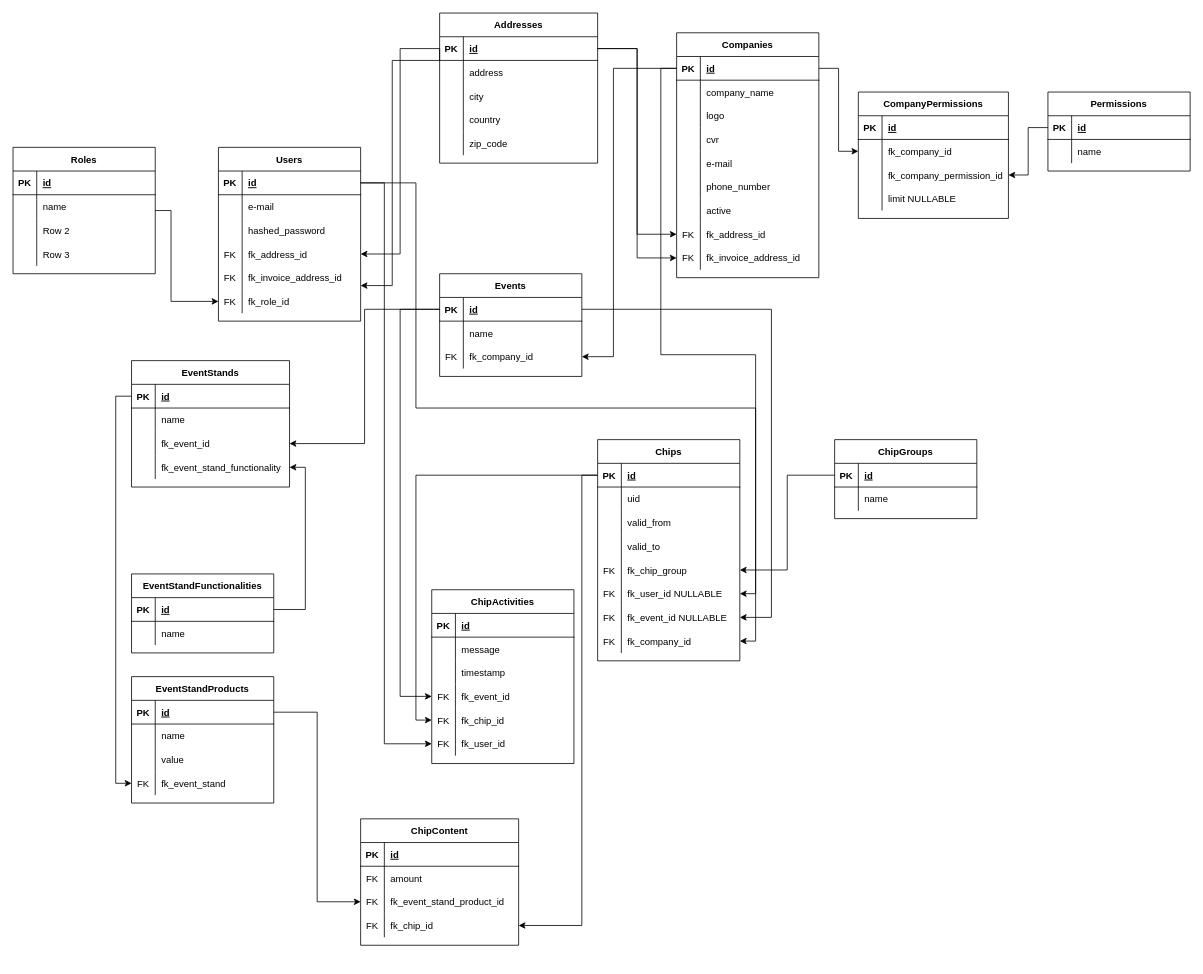
Before: DrawIOFiles/ER-diagram.drawio in Ronnie1983/Idevent, a draw.io diagram. Source tidied: cells renumbered, new cells numbered last; positions are measured from the earlier drawing's top-left corner, leaving out a move shared by most shapes. Both pictures are drawn from the tidied source at 79%, with x=0, y=0 at pixel (13, 13).
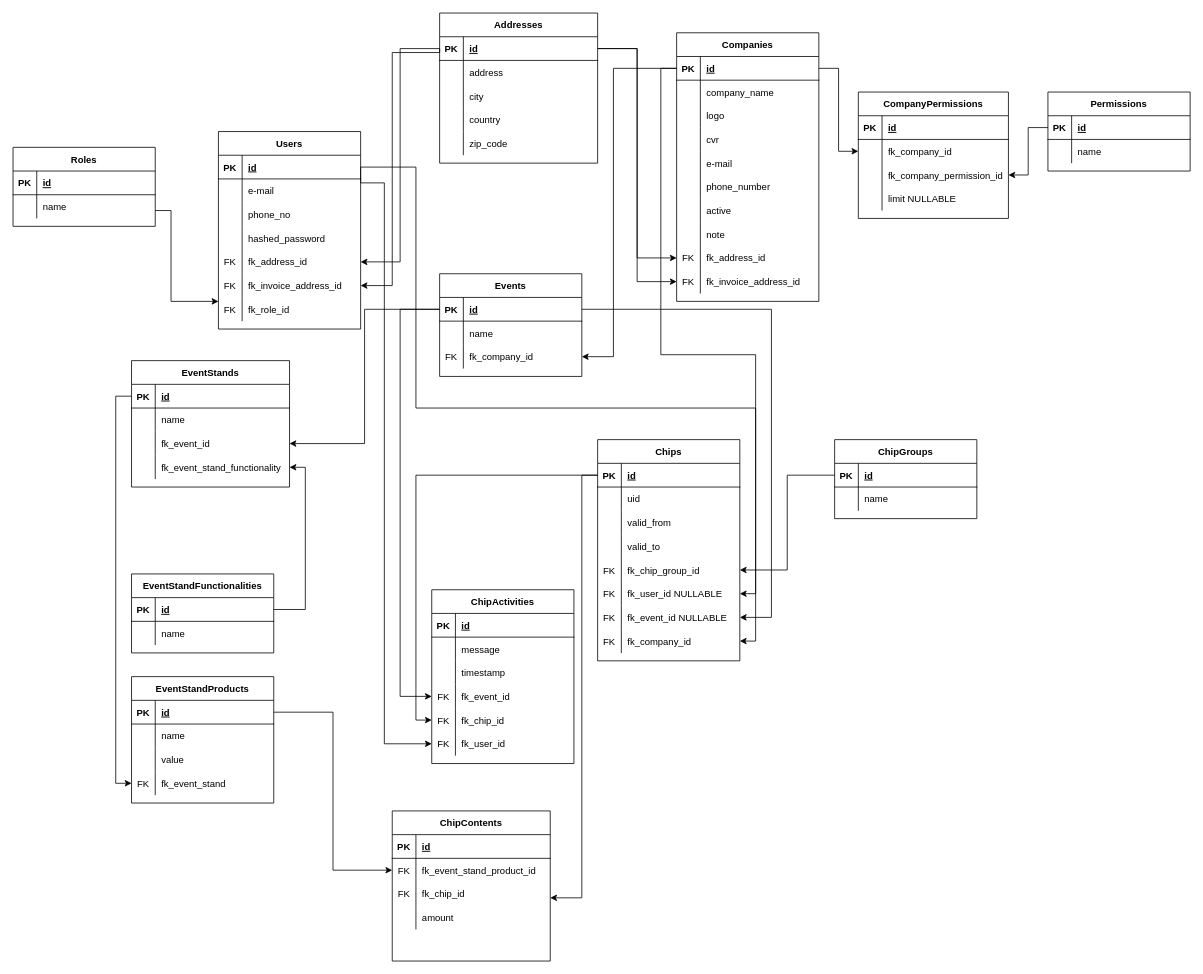
After the change.

The change refers to these unchanged cells:
```xml
<mxCell id="3" style="shape=partialRectangle;fillColor=none;top=0;left=0;bottom=1;right=0;points=[[0,0.5],[1,0.5]];portConstraint=eastwest;" parent="2" vertex="1">
  <mxGeometry y="30" width="180" height="30" as="geometry" />
</mxCell>
<mxCell id="22" style="shape=partialRectangle;fillColor=none;top=0;left=0;bottom=1;right=0;points=[[0,0.5],[1,0.5]];portConstraint=eastwest;" parent="21" vertex="1">
  <mxGeometry y="30" width="180" height="30" as="geometry" />
</mxCell>
<mxCell id="34" style="shape=partialRectangle;fillColor=none;top=0;left=0;bottom=0;right=0;points=[[0,0.5],[1,0.5]];portConstraint=eastwest;" parent="21" vertex="1">
  <mxGeometry y="150" width="180" height="30" as="geometry" />
</mxCell>
<mxCell id="37" style="shape=partialRectangle;fillColor=none;top=0;left=0;bottom=0;right=0;points=[[0,0.5],[1,0.5]];portConstraint=eastwest;" parent="21" vertex="1">
  <mxGeometry y="180" width="180" height="30" as="geometry" />
</mxCell>
<mxCell id="46" value="Events" style="shape=table;startSize=30;childLayout=tableLayout;rowLines=0;fontStyle=1;align=center;" parent="1" vertex="1">
  <mxGeometry x="540" y="330" width="180" height="130" as="geometry" />
</mxCell>
<mxCell id="89" style="shape=partialRectangle;fillColor=none;top=0;left=0;bottom=1;right=0;points=[[0,0.5],[1,0.5]];portConstraint=eastwest;" parent="88" vertex="1">
  <mxGeometry y="30" width="180" height="30" as="geometry" />
</mxCell>
<mxCell id="158" style="shape=partialRectangle;fillColor=none;top=0;left=0;bottom=1;right=0;points=[[0,0.5],[1,0.5]];portConstraint=eastwest;" parent="157" vertex="1">
  <mxGeometry y="30" width="200" height="30" as="geometry" />
</mxCell>
```

Change to the diagram source:
```diff
@@
     <mxCell id="2" value="Users" style="shape=table;startSize=30;childLayout=tableLayout;rowLines=0;fontStyle=1;align=center;" parent="1" vertex="1">
-      <mxGeometry x="260" y="170" width="180" height="220" as="geometry" />
+      <mxGeometry x="260" y="150" width="180" height="250" as="geometry" />
     </mxCell>
@@
+    <mxCell id="137" style="shape=partialRectangle;fillColor=none;top=0;left=0;bottom=0;right=0;" parent="2" vertex="1">
+      <mxGeometry y="90" width="180" height="30" as="geometry" />
+    </mxCell>
+    <mxCell id="225" style="shape=partialRectangle;fillColor=none;top=0;left=0;bottom=0;right=0;overflow=hidden;" parent="137" vertex="1">
+      <mxGeometry width="30" height="30" as="geometry" />
+    </mxCell>
+    <mxCell id="226" value="phone_no" style="shape=partialRectangle;fillColor=none;top=0;left=0;bottom=0;right=0;align=left;spacingLeft=6;overflow=hidden;" parent="137" vertex="1">
+      <mxGeometry x="30" width="150" height="30" as="geometry" />
+    </mxCell>
     <mxCell id="9" style="shape=partialRectangle;fillColor=none;top=0;left=0;bottom=0;right=0;" parent="2" vertex="1">
-      <mxGeometry y="90" width="180" height="30" as="geometry" />
+      <mxGeometry y="120" width="180" height="30" as="geometry" />
     </mxCell>
@@
     <mxCell id="12" style="shape=partialRectangle;fillColor=none;top=0;left=0;bottom=0;right=0;points=[[0,0.5],[1,0.5]];portConstraint=eastwest;" parent="2" vertex="1">
-      <mxGeometry y="120" width="180" height="30" as="geometry" />
+      <mxGeometry y="150" width="180" height="30" as="geometry" />
     </mxCell>
@@
     <mxCell id="15" style="shape=partialRectangle;fillColor=none;top=0;left=0;bottom=0;right=0;points=[[0,0.5],[1,0.5]];portConstraint=eastwest;" parent="2" vertex="1">
-      <mxGeometry y="150" width="180" height="30" as="geometry" />
+      <mxGeometry y="180" width="180" height="30" as="geometry" />
     </mxCell>
@@
     <mxCell id="18" style="shape=partialRectangle;fillColor=none;top=0;left=0;bottom=0;right=0;points=[[0,0.5],[1,0.5]];portConstraint=eastwest;" parent="2" vertex="1">
-      <mxGeometry y="180" width="180" height="30" as="geometry" />
+      <mxGeometry y="210" width="180" height="30" as="geometry" />
     </mxCell>
@@
-    <mxCell id="36" value="fk_chip_group" style="shape=partialRectangle;fillColor=none;top=0;left=0;bottom=0;right=0;align=left;spacingLeft=6;overflow=hidden;" parent="34" vertex="1">
+    <mxCell id="36" value="fk_chip_group_id" style="shape=partialRectangle;fillColor=none;top=0;left=0;bottom=0;right=0;align=left;spacingLeft=6;overflow=hidden;" parent="34" vertex="1">
       <mxGeometry x="30" width="150" height="30" as="geometry" />
     </mxCell>
@@
+    <mxCell id="53" style="shape=partialRectangle;fillColor=none;top=0;left=0;bottom=0;right=0;points=[[0,0.5],[1,0.5]];portConstraint=eastwest;" parent="46" vertex="1">
+      <mxGeometry y="90" width="180" height="30" as="geometry" />
+    </mxCell>
+    <mxCell id="54" value="FK" style="shape=partialRectangle;fillColor=none;top=0;left=0;bottom=0;right=0;overflow=hidden;" parent="53" vertex="1">
+      <mxGeometry width="30" height="30" as="geometry" />
+    </mxCell>
+    <mxCell id="55" value="fk_company_id" style="shape=partialRectangle;fillColor=none;top=0;left=0;bottom=0;right=0;align=left;spacingLeft=6;overflow=hidden;" parent="53" vertex="1">
+      <mxGeometry x="30" width="150" height="30" as="geometry" />
+    </mxCell>
@@
-    <mxCell id="53" style="shape=partialRectangle;fillColor=none;top=0;left=0;bottom=0;right=0;points=[[0,0.5],[1,0.5]];portConstraint=eastwest;" parent="46" vertex="1">
-      <mxGeometry y="90" width="180" height="30" as="geometry" />
-    </mxCell>
-    <mxCell id="54" value="FK" style="shape=partialRectangle;fillColor=none;top=0;left=0;bottom=0;right=0;overflow=hidden;" parent="53" vertex="1">
-      <mxGeometry width="30" height="30" as="geometry" />
-    </mxCell>
-    <mxCell id="55" value="fk_company_id" style="shape=partialRectangle;fillColor=none;top=0;left=0;bottom=0;right=0;align=left;spacingLeft=6;overflow=hidden;" parent="53" vertex="1">
-      <mxGeometry x="30" width="150" height="30" as="geometry" />
-    </mxCell>
@@
     <mxCell id="101" value="Companies" style="shape=table;startSize=30;childLayout=tableLayout;rowLines=0;fontStyle=1;align=center;" parent="1" vertex="1">
-      <mxGeometry x="840" y="25" width="180" height="310" as="geometry" />
+      <mxGeometry x="840" y="25" width="180" height="340" as="geometry" />
     </mxCell>
@@
+    <mxCell id="227" style="shape=partialRectangle;fillColor=none;top=0;left=0;bottom=0;right=0;" parent="101" vertex="1">
+      <mxGeometry y="240" width="180" height="30" as="geometry" />
+    </mxCell>
+    <mxCell id="228" style="shape=partialRectangle;fillColor=none;top=0;left=0;bottom=0;right=0;overflow=hidden;" parent="227" vertex="1">
+      <mxGeometry width="30" height="30" as="geometry" />
+    </mxCell>
+    <mxCell id="229" value="note" style="shape=partialRectangle;fillColor=none;top=0;left=0;bottom=0;right=0;align=left;spacingLeft=6;overflow=hidden;" parent="227" vertex="1">
+      <mxGeometry x="30" width="150" height="30" as="geometry" />
+    </mxCell>
     <mxCell id="123" style="shape=partialRectangle;fillColor=none;top=0;left=0;bottom=0;right=0;points=[[0,0.5],[1,0.5]];portConstraint=eastwest;" parent="101" vertex="1">
-      <mxGeometry y="240" width="180" height="30" as="geometry" />
+      <mxGeometry y="270" width="180" height="30" as="geometry" />
     </mxCell>
@@
     <mxCell id="126" style="shape=partialRectangle;fillColor=none;top=0;left=0;bottom=0;right=0;points=[[0,0.5],[1,0.5]];portConstraint=eastwest;" parent="101" vertex="1">
-      <mxGeometry y="270" width="180" height="30" as="geometry" />
+      <mxGeometry y="300" width="180" height="30" as="geometry" />
     </mxCell>
@@
     <mxCell id="130" value="Roles" style="shape=table;startSize=30;childLayout=tableLayout;rowLines=0;fontStyle=1;align=center;" parent="1" vertex="1">
-      <mxGeometry y="170" width="180" height="160" as="geometry" />
+      <mxGeometry y="170" width="180" height="100" as="geometry" />
     </mxCell>
@@
-    <mxCell id="137" style="shape=partialRectangle;fillColor=none;top=0;left=0;bottom=0;right=0;" parent="130" vertex="1">
-      <mxGeometry y="90" width="180" height="30" as="geometry" />
-    </mxCell>
-    <mxCell id="138" style="shape=partialRectangle;fillColor=none;top=0;left=0;bottom=0;right=0;overflow=hidden;" parent="137" vertex="1">
-      <mxGeometry width="30" height="30" as="geometry" />
-    </mxCell>
-    <mxCell id="139" value="Row 2" style="shape=partialRectangle;fillColor=none;top=0;left=0;bottom=0;right=0;align=left;spacingLeft=6;overflow=hidden;" parent="137" vertex="1">
-      <mxGeometry x="30" width="150" height="30" as="geometry" />
-    </mxCell>
-    <mxCell id="140" style="shape=partialRectangle;fillColor=none;top=0;left=0;bottom=0;right=0;" parent="130" vertex="1">
-      <mxGeometry y="120" width="180" height="30" as="geometry" />
-    </mxCell>
-    <mxCell id="141" style="shape=partialRectangle;fillColor=none;top=0;left=0;bottom=0;right=0;overflow=hidden;" parent="140" vertex="1">
-      <mxGeometry width="30" height="30" as="geometry" />
-    </mxCell>
-    <mxCell id="142" value="Row 3" style="shape=partialRectangle;fillColor=none;top=0;left=0;bottom=0;right=0;align=left;spacingLeft=6;overflow=hidden;" parent="140" vertex="1">
-      <mxGeometry x="30" width="150" height="30" as="geometry" />
-    </mxCell>
@@
     <mxCell id="192" style="edgeStyle=orthogonalEdgeStyle;rounded=0;jettySize=auto;html=1;exitX=0;exitY=0.5;exitDx=0;exitDy=0;" parent="1" edge="1" source="158" target="15">
       <mxGeometry relative="1" as="geometry">
         <Array as="points">
-          <mxPoint x="540" y="60" />
-          <mxPoint x="480" y="60" />
+          <mxPoint x="540" y="50" />
+          <mxPoint x="480" y="50" />
           <mxPoint x="480" y="345" />
         </Array>
       </mxGeometry>
     </mxCell>
@@
     <mxCell id="209" style="edgeStyle=orthogonalEdgeStyle;rounded=0;jettySize=auto;html=1;entryX=1;entryY=0.5;entryDx=0;entryDy=0;" parent="1" edge="1" source="3" target="37">
       <mxGeometry relative="1" as="geometry">
         <Array as="points">
-          <mxPoint x="510" y="215" />
+          <mxPoint x="510" y="195" />
           <mxPoint x="510" y="500" />
           <mxPoint x="940" y="500" />
           <mxPoint x="940" y="735" />
         </Array>
       </mxGeometry>
     </mxCell>
+    <mxCell id="224" style="edgeStyle=orthogonalEdgeStyle;rounded=0;jettySize=auto;html=1;" parent="1" edge="1" source="89" target="217">
+      <mxGeometry relative="1" as="geometry" />
+    </mxCell>
+    <mxCell id="223" style="edgeStyle=orthogonalEdgeStyle;rounded=0;jettySize=auto;html=1;" parent="1" edge="1" source="22" target="220">
+      <mxGeometry relative="1" as="geometry">
+        <Array as="points">
+          <mxPoint x="720" y="585" />
+          <mxPoint x="720" y="1120" />
+        </Array>
+      </mxGeometry>
+    </mxCell>
-    <mxCell id="210" value="ChipContent" style="shape=table;startSize=30;childLayout=tableLayout;rowLines=0;fontStyle=1;align=center;" parent="1" vertex="1">
-      <mxGeometry x="440" y="1020" width="200" height="160" as="geometry" />
+    <mxCell id="210" value="ChipContents" style="shape=table;startSize=30;childLayout=tableLayout;rowLines=0;fontStyle=1;align=center;" parent="1" vertex="1">
+      <mxGeometry x="480" y="1010" width="200" height="190" as="geometry" />
     </mxCell>
@@
-    <mxCell id="214" style="shape=partialRectangle;fillColor=none;top=0;left=0;bottom=0;right=0;" parent="210" vertex="1">
-      <mxGeometry y="60" width="200" height="30" as="geometry" />
-    </mxCell>
-    <mxCell id="215" value="FK" style="shape=partialRectangle;fillColor=none;top=0;left=0;bottom=0;right=0;overflow=hidden;" parent="214" vertex="1">
-      <mxGeometry width="30" height="30" as="geometry" />
-    </mxCell>
-    <mxCell id="216" value="amount" style="shape=partialRectangle;fillColor=none;top=0;left=0;bottom=0;right=0;align=left;spacingLeft=6;overflow=hidden;" parent="214" vertex="1">
-      <mxGeometry x="30" width="170" height="30" as="geometry" />
-    </mxCell>
     <mxCell id="217" style="shape=partialRectangle;fillColor=none;top=0;left=0;bottom=0;right=0;points=[[0,0.5],[1,0.5]];portConstraint=eastwest;" parent="210" vertex="1">
-      <mxGeometry y="90" width="200" height="30" as="geometry" />
+      <mxGeometry y="60" width="200" height="30" as="geometry" />
     </mxCell>
@@
     <mxCell id="220" style="shape=partialRectangle;fillColor=none;top=0;left=0;bottom=0;right=0;points=[[0,0.5],[1,0.5]];portConstraint=eastwest;" parent="210" vertex="1">
-      <mxGeometry y="120" width="200" height="30" as="geometry" />
+      <mxGeometry y="90" width="200" height="30" as="geometry" />
     </mxCell>
@@
-    <mxCell id="223" style="edgeStyle=orthogonalEdgeStyle;rounded=0;jettySize=auto;html=1;entryX=1;entryY=0.5;entryDx=0;entryDy=0;" parent="1" edge="1" source="22" target="220">
-      <mxGeometry relative="1" as="geometry">
-        <Array as="points">
-          <mxPoint x="720" y="585" />
-          <mxPoint x="720" y="1155" />
-        </Array>
-      </mxGeometry>
-    </mxCell>
-    <mxCell id="224" style="edgeStyle=orthogonalEdgeStyle;rounded=0;jettySize=auto;html=1;" parent="1" edge="1" source="89" target="217">
-      <mxGeometry relative="1" as="geometry" />
-    </mxCell>
+    <mxCell id="230" style="shape=partialRectangle;fillColor=none;top=0;left=0;bottom=0;right=0;" parent="210" vertex="1">
+      <mxGeometry y="120" width="200" height="30" as="geometry" />
+    </mxCell>
+    <mxCell id="231" style="shape=partialRectangle;fillColor=none;top=0;left=0;bottom=0;right=0;overflow=hidden;" parent="230" vertex="1">
+      <mxGeometry width="30" height="30" as="geometry" />
+    </mxCell>
+    <mxCell id="216" value="amount" style="shape=partialRectangle;fillColor=none;top=0;left=0;bottom=0;right=0;align=left;spacingLeft=6;overflow=hidden;" parent="230" vertex="1">
+      <mxGeometry x="30" width="170" height="30" as="geometry" />
+    </mxCell>
```
